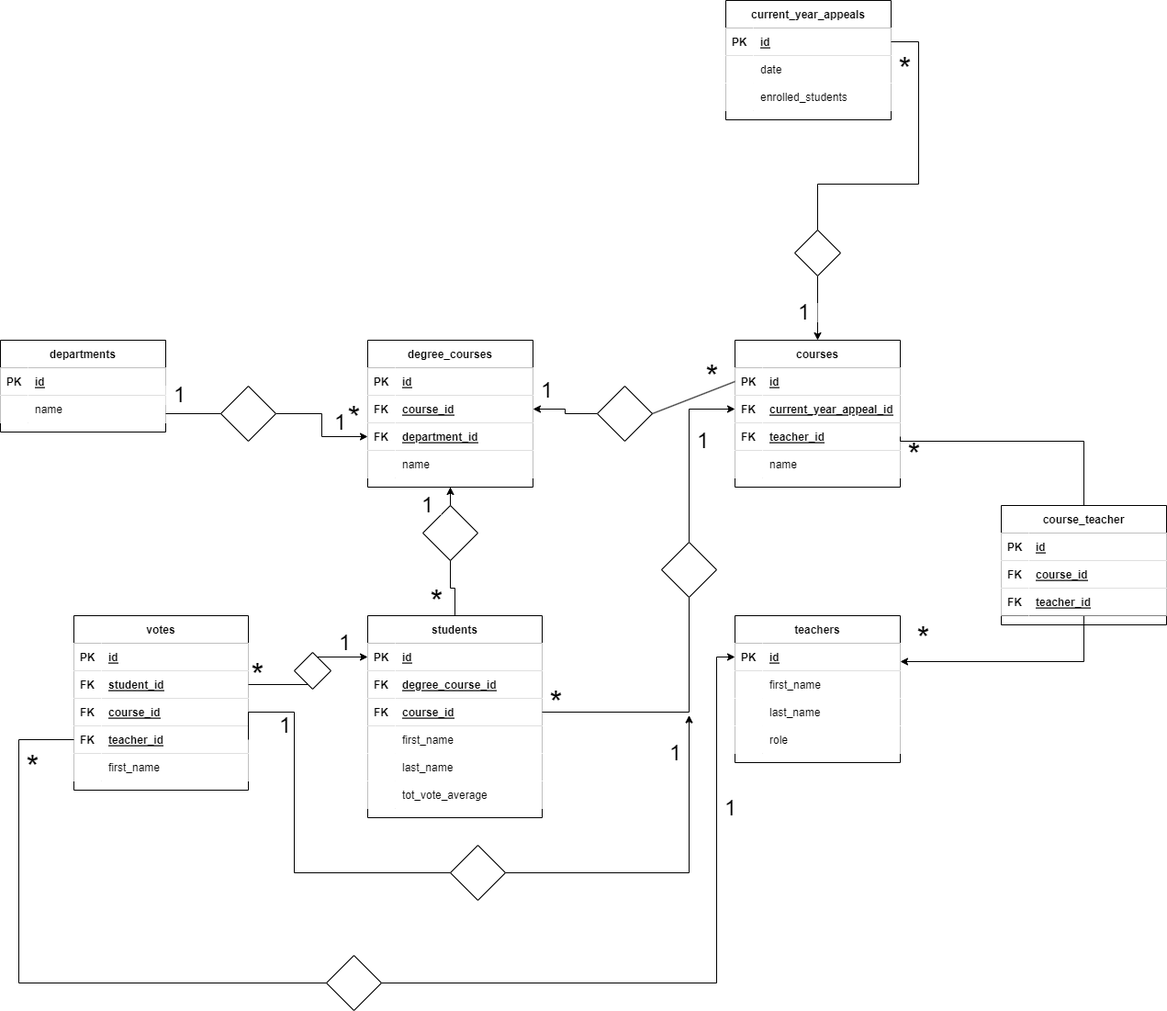
MrGians/db-university keeps this draw.io diagram as university-v2.png. Above is the earlier version. Source tidied: cells renumbered, new cells last; positions are measured from the earlier drawing's top-left corner, leaving out a move shared by most shapes.
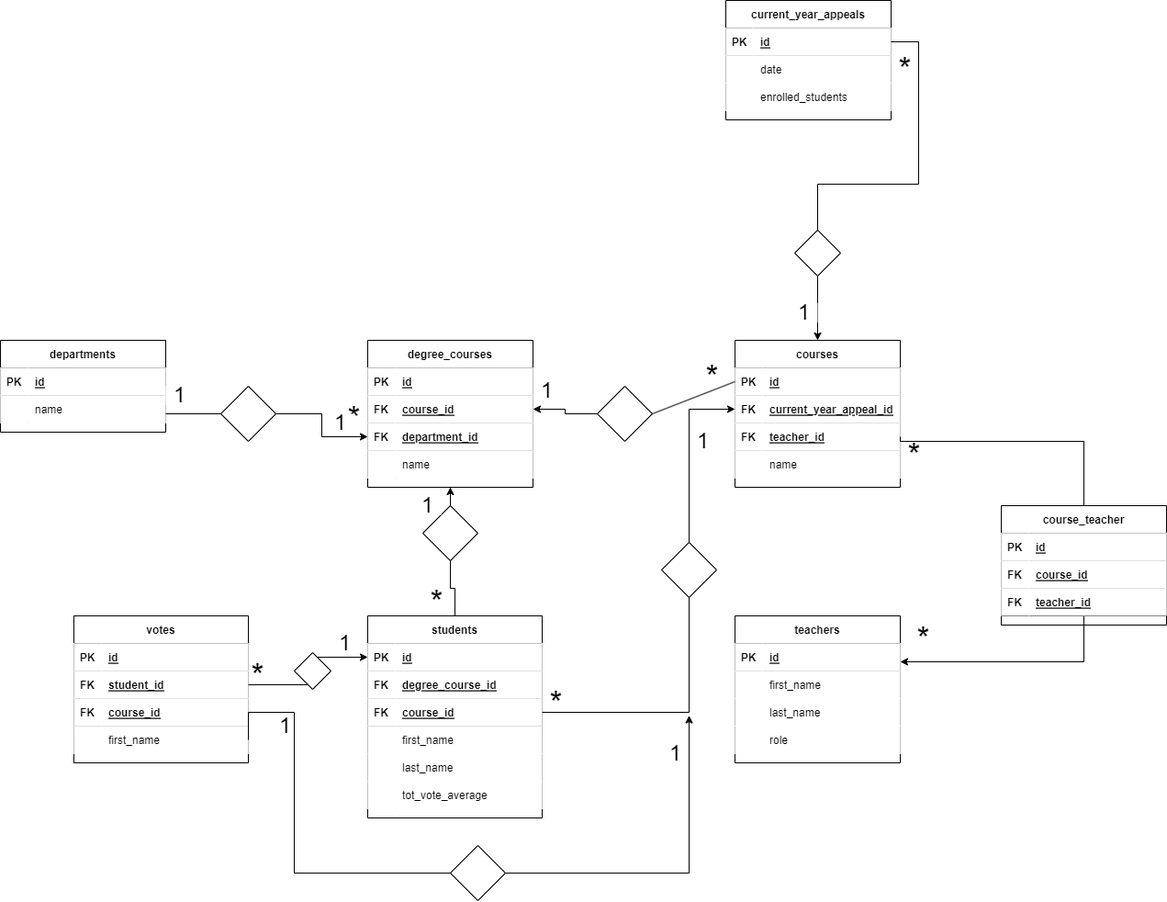
Above is the later version.

The edit, as a diff of the source:
```diff
@@ -11,15 +11,9 @@
     <mxCell id="4" value="&lt;font style=&quot;vertical-align: inherit; font-size: 36px;&quot;&gt;*&lt;/font&gt;" style="text;html=1;align=center;verticalAlign=middle;strokeColor=none;fillColor=#FFFFFF;" parent="1" vertex="1">
       <mxGeometry x="265" y="720" width="30" height="30" as="geometry" />
     </mxCell>
-    <mxCell id="5" value="&lt;font style=&quot;vertical-align: inherit; font-size: 36px;&quot;&gt;*&lt;/font&gt;" style="text;html=1;align=center;verticalAlign=middle;strokeColor=none;fillColor=#FFFFFF;" parent="1" vertex="1">
-      <mxGeometry x="20" y="820" width="30" height="30" as="geometry" />
-    </mxCell>
     <mxCell id="6" value="&lt;font style=&quot;vertical-align: inherit; font-size: 24px;&quot;&gt;1&lt;/font&gt;" style="text;html=1;align=center;verticalAlign=middle;strokeColor=none;fillColor=#FFFFFF;" parent="1" vertex="1">
       <mxGeometry x="295" y="780" width="30" height="20" as="geometry" />
     </mxCell>
-    <mxCell id="7" value="&lt;font style=&quot;vertical-align: inherit; font-size: 24px;&quot;&gt;1&lt;/font&gt;" style="text;html=1;align=center;verticalAlign=middle;strokeColor=none;fillColor=#FFFFFF;" parent="1" vertex="1">
-      <mxGeometry x="780" y="870" width="30" height="20" as="geometry" />
-    </mxCell>
     <mxCell id="8" value="&lt;font style=&quot;vertical-align: inherit; font-size: 24px;&quot;&gt;1&lt;/font&gt;" style="text;html=1;align=center;verticalAlign=middle;strokeColor=none;fillColor=#FFFFFF;" parent="1" vertex="1">
       <mxGeometry x="720" y="810" width="30" height="20" as="geometry" />
     </mxCell>
@@ -344,7 +338,7 @@
       <mxGeometry x="860" y="330" width="30" height="20" as="geometry" />
     </mxCell>
     <mxCell id="109" value="votes" style="shape=table;startSize=30;rowLines=0;fontStyle=1;align=center;fillColor=#FFFFFF;" parent="1" vertex="1">
-      <mxGeometry x="80" y="670" width="190" height="190" as="geometry" />
+      <mxGeometry x="80" y="670" width="190" height="160" as="geometry" />
     </mxCell>
     <mxCell id="110" style="shape=tableRow;horizontal=0;startSize=0;swimlaneHead=0;swimlaneBody=0;fillColor=#FFFFFF;top=0;left=0;right=0;bottom=1;" parent="109" vertex="1">
       <mxGeometry y="30" width="190" height="30" as="geometry" />
@@ -373,17 +367,8 @@
     <mxCell id="118" value="course_id" style="shape=partialRectangle;fillColor=#FFFFFF;top=0;left=0;bottom=0;right=0;align=left;spacingLeft=6;fontStyle=5;overflow=hidden;" parent="116" vertex="1">
       <mxGeometry x="30" width="160" height="30" as="geometry" />
     </mxCell>
-    <mxCell id="119" style="shape=tableRow;horizontal=0;startSize=0;swimlaneHead=0;swimlaneBody=0;fillColor=#FFFFFF;points=[[0,0.5],[1,0.5]];portConstraint=eastwest;top=0;left=0;right=0;bottom=1;" parent="109" vertex="1">
-      <mxGeometry y="120" width="190" height="30" as="geometry" />
-    </mxCell>
-    <mxCell id="120" value="FK" style="shape=partialRectangle;fillColor=#FFFFFF;top=0;left=0;bottom=0;right=0;fontStyle=1;overflow=hidden;" parent="119" vertex="1">
-      <mxGeometry width="30" height="30" as="geometry" />
-    </mxCell>
-    <mxCell id="121" value="teacher_id" style="shape=partialRectangle;fillColor=#FFFFFF;top=0;left=0;bottom=0;right=0;align=left;spacingLeft=6;fontStyle=5;overflow=hidden;" parent="119" vertex="1">
-      <mxGeometry x="30" width="160" height="30" as="geometry" />
-    </mxCell>
     <mxCell id="122" style="shape=tableRow;horizontal=0;startSize=0;swimlaneHead=0;swimlaneBody=0;fillColor=#FFFFFF;top=0;left=0;right=0;bottom=0;" parent="109" vertex="1">
-      <mxGeometry y="150" width="190" height="30" as="geometry" />
+      <mxGeometry y="120" width="190" height="30" as="geometry" />
     </mxCell>
     <mxCell id="123" style="shape=partialRectangle;fillColor=#FFFFFF;top=0;left=0;bottom=0;right=0;overflow=hidden;" parent="122" vertex="1">
       <mxGeometry width="30" height="30" as="geometry" />
@@ -391,8 +376,9 @@
     <mxCell id="124" value="first_name" style="shape=partialRectangle;fillColor=#FFFFFF;top=0;left=0;bottom=0;right=0;align=left;spacingLeft=6;overflow=hidden;" parent="122" vertex="1">
       <mxGeometry x="30" width="160" height="30" as="geometry" />
     </mxCell>
-    <mxCell id="125" style="edgeStyle=orthogonalEdgeStyle;rounded=0;jettySize=auto;html=1;fontSize=24;exitX=1;exitY=0.5;exitDx=0;exitDy=0;fillColor=#FFFFFF;" parent="1" edge="1" source="119">
+    <mxCell id="125" style="edgeStyle=orthogonalEdgeStyle;rounded=0;orthogonalLoop=1;jettySize=auto;html=1;fontSize=24;exitX=1;exitY=0.5;exitDx=0;exitDy=0;fillColor=#FFFFFF;" parent="1" edge="1">
       <mxGeometry relative="1" as="geometry">
+        <mxPoint x="270" y="805" as="sourcePoint" />
         <mxPoint x="750" y="778.5" as="targetPoint" />
         <Array as="points">
           <mxPoint x="320" y="775" />
@@ -410,19 +396,6 @@
     <mxCell id="128" style="rhombus;whiteSpace=wrap;html=1;fillColor=#FFFFFF;" parent="1" vertex="1">
       <mxGeometry x="320" y="710" width="40" height="40" as="geometry" />
     </mxCell>
-    <mxCell id="129" style="edgeStyle=orthogonalEdgeStyle;rounded=0;jettySize=auto;html=1;entryX=0;entryY=0.5;entryDx=0;entryDy=0;fontSize=24;fillColor=#FFFFFF;" parent="1" edge="1" source="119" target="58">
-      <mxGeometry relative="1" as="geometry">
-        <Array as="points">
-          <mxPoint x="20" y="805" />
-          <mxPoint x="20" y="1070" />
-          <mxPoint x="780" y="1070" />
-          <mxPoint x="780" y="715" />
-        </Array>
-      </mxGeometry>
-    </mxCell>
-    <mxCell id="130" style="rhombus;whiteSpace=wrap;html=1;fillColor=#FFFFFF;" parent="1" vertex="1">
-      <mxGeometry x="355" y="1040" width="60" height="60" as="geometry" />
-    </mxCell>
     <mxCell id="131" value="&lt;font style=&quot;vertical-align: inherit; font-size: 24px;&quot;&gt;1&lt;/font&gt;" style="text;html=1;align=center;verticalAlign=middle;strokeColor=none;fillColor=#FFFFFF;" parent="1" vertex="1">
       <mxGeometry x="360" y="690" width="30" height="20" as="geometry" />
     </mxCell>
```
